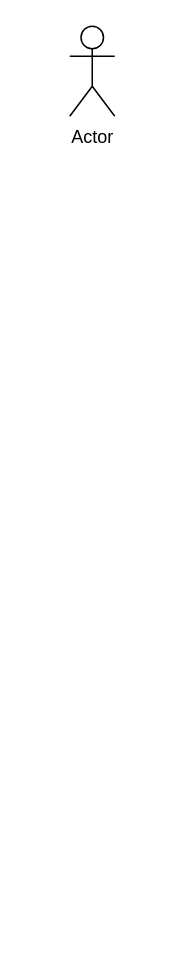
The draw.io diagram Ga2.drawio in thirza258/draw.io, before the edit. Source tidied: cells renumbered, new cells numbered last; positions are measured from the earlier drawing's top-left corner, leaving out a move shared by most shapes. Both pictures are drawn from the tidied source at 150%, with x=0, y=0 at pixel (69, 26).
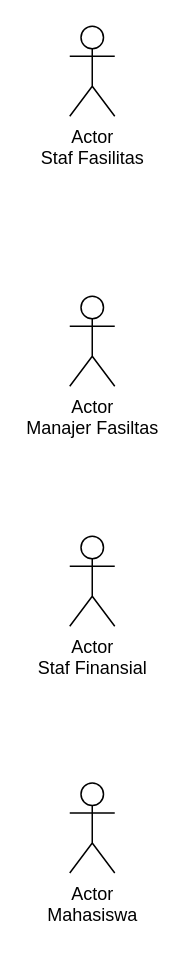
The same diagram, later.

What changed in the source:
```diff
@@
 <mxGraphModel>
   <root>
     <mxCell id="0" />
     <mxCell id="1" parent="0" />
-    <mxCell id="2" value="Actor" style="shape=umlActor;verticalLabelPosition=bottom;verticalAlign=top;html=1;" parent="1" vertex="1">
+    <mxCell id="2" value="Actor&lt;div&gt;Staf Fasilitas&lt;/div&gt;" style="shape=umlActor;verticalLabelPosition=bottom;verticalAlign=top;html=1;" parent="1" vertex="1">
       <mxGeometry width="30" height="60" as="geometry" />
     </mxCell>
+    <mxCell id="3" value="Actor&lt;div&gt;Manajer Fasiltas&lt;/div&gt;" style="shape=umlActor;verticalLabelPosition=bottom;verticalAlign=top;html=1;" parent="1" vertex="1">
+      <mxGeometry y="180" width="30" height="60" as="geometry" />
+    </mxCell>
+    <mxCell id="4" value="Actor&lt;div&gt;Staf Finansial&lt;/div&gt;" style="shape=umlActor;verticalLabelPosition=bottom;verticalAlign=top;html=1;" parent="1" vertex="1">
+      <mxGeometry y="340" width="30" height="60" as="geometry" />
+    </mxCell>
+    <mxCell id="5" value="Actor&lt;div&gt;Mahasiswa&lt;/div&gt;" style="shape=umlActor;verticalLabelPosition=bottom;verticalAlign=top;html=1;" parent="1" vertex="1">
+      <mxGeometry y="504.5" width="30" height="60" as="geometry" />
+    </mxCell>
   </root>
 </mxGraphModel>
```
